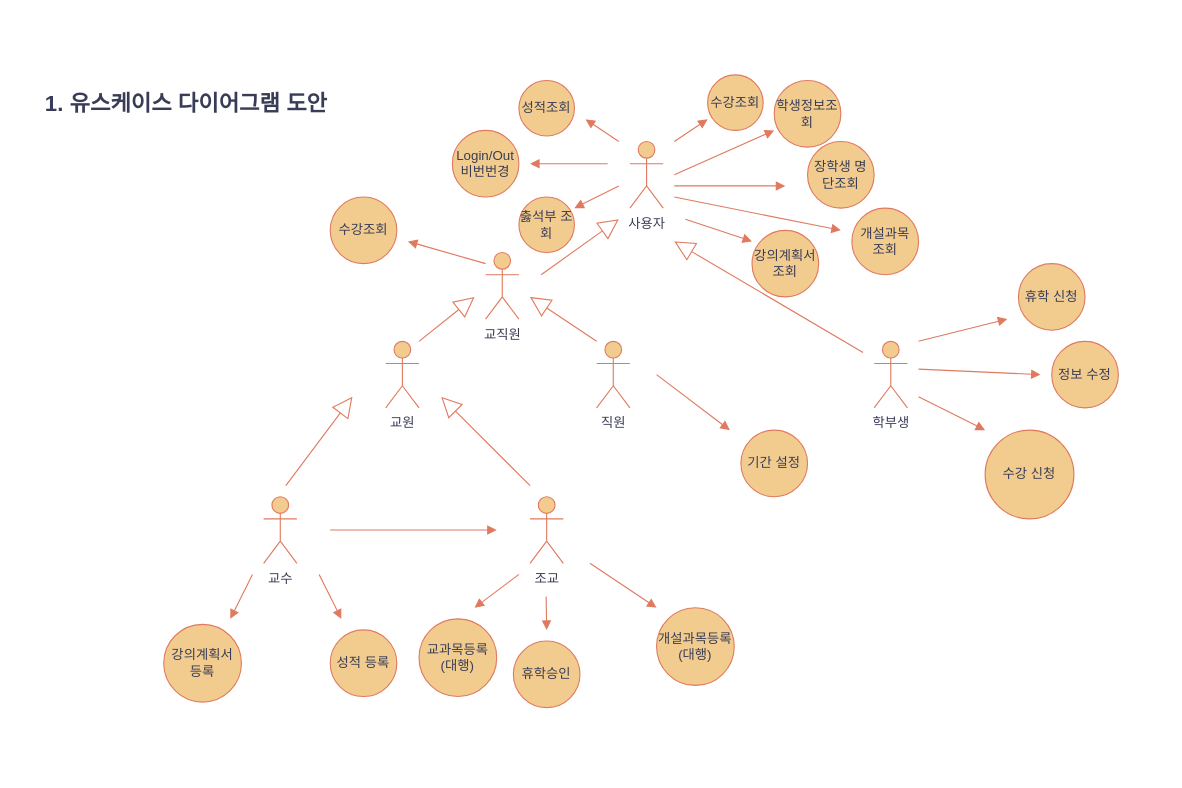
Earlier version of the draw.io diagram 제목 없는 다이어그램.drawio (smj1746/user). Source tidied: cells renumbered, new cells numbered last; positions are measured from the earlier drawing's top-left corner, leaving out a move shared by most shapes. Both pictures are drawn from the tidied source at 111%, with x=0, y=0 at pixel (19, 74).
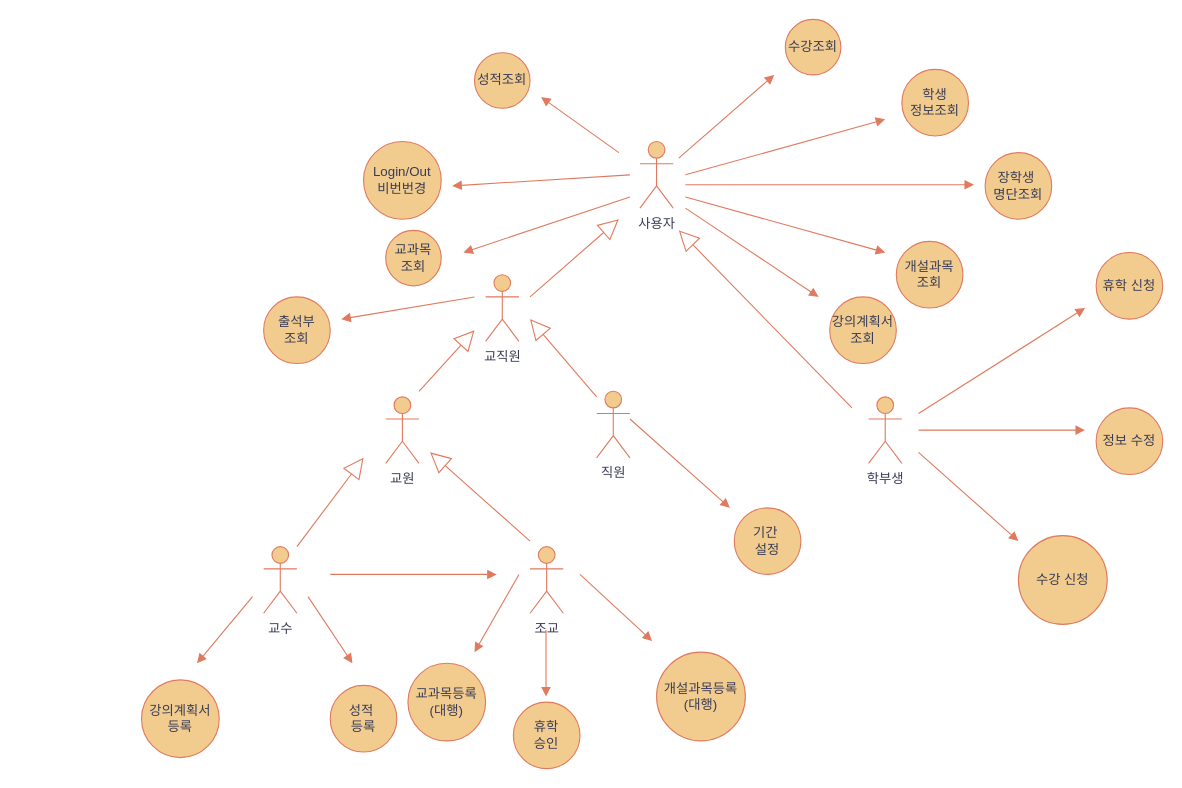
Above is the later version.

Commit message:
제목 없는 다이어그램.drawio 업데이트

Diff of the diagram source:
```diff
@@
     <mxCell id="2" value="교원&lt;div&gt;&lt;br&gt;&lt;/div&gt;" style="shape=umlActor;verticalLabelPosition=bottom;verticalAlign=top;html=1;rounded=0;labelBackgroundColor=none;fillColor=#F2CC8F;strokeColor=#E07A5F;fontColor=#393C56;" parent="1" vertex="1">
-      <mxGeometry x="330" y="240" width="30" height="60" as="geometry" />
+      <mxGeometry x="330" y="290" width="30" height="60" as="geometry" />
     </mxCell>
     <mxCell id="3" value="사용자" style="shape=umlActor;verticalLabelPosition=bottom;verticalAlign=top;html=1;rounded=0;labelBackgroundColor=none;fillColor=#F2CC8F;strokeColor=#E07A5F;fontColor=#393C56;" parent="1" vertex="1">
-      <mxGeometry x="550" y="60" width="30" height="60" as="geometry" />
+      <mxGeometry x="559" y="60" width="30" height="60" as="geometry" />
     </mxCell>
     <mxCell id="4" value="학부생&lt;div&gt;&lt;br&gt;&lt;/div&gt;" style="shape=umlActor;verticalLabelPosition=bottom;verticalAlign=top;html=1;rounded=0;labelBackgroundColor=none;fillColor=#F2CC8F;strokeColor=#E07A5F;fontColor=#393C56;" parent="1" vertex="1">
-      <mxGeometry x="770" y="240" width="30" height="60" as="geometry" />
+      <mxGeometry x="765" y="290" width="30" height="60" as="geometry" />
     </mxCell>
     <mxCell id="5" value="교직원&lt;div&gt;&lt;br&gt;&lt;/div&gt;" style="shape=umlActor;verticalLabelPosition=bottom;verticalAlign=top;html=1;rounded=0;labelBackgroundColor=none;fillColor=#F2CC8F;strokeColor=#E07A5F;fontColor=#393C56;" parent="1" vertex="1">
-      <mxGeometry x="420" y="160" width="30" height="60" as="geometry" />
+      <mxGeometry x="420" y="180" width="30" height="60" as="geometry" />
     </mxCell>
     <mxCell id="6" value="직원" style="shape=umlActor;verticalLabelPosition=bottom;verticalAlign=top;html=1;rounded=0;labelBackgroundColor=none;fillColor=#F2CC8F;strokeColor=#E07A5F;fontColor=#393C56;" parent="1" vertex="1">
-      <mxGeometry x="520" y="240" width="30" height="60" as="geometry" />
+      <mxGeometry x="520" y="285" width="30" height="60" as="geometry" />
     </mxCell>
     <mxCell id="7" value="교수&lt;div&gt;&lt;br&gt;&lt;/div&gt;&lt;div&gt;&lt;br&gt;&lt;/div&gt;" style="shape=umlActor;verticalLabelPosition=bottom;verticalAlign=top;html=1;rounded=0;labelBackgroundColor=none;fillColor=#F2CC8F;strokeColor=#E07A5F;fontColor=#393C56;" parent="1" vertex="1">
-      <mxGeometry x="220" y="380" width="30" height="60" as="geometry" />
+      <mxGeometry x="220" y="425" width="30" height="60" as="geometry" />
     </mxCell>
     <mxCell id="8" value="조교" style="shape=umlActor;verticalLabelPosition=bottom;verticalAlign=top;html=1;rounded=0;labelBackgroundColor=none;fillColor=#F2CC8F;strokeColor=#E07A5F;fontColor=#393C56;" parent="1" vertex="1">
-      <mxGeometry x="460" y="380" width="30" height="60" as="geometry" />
+      <mxGeometry x="460" y="425" width="30" height="60" as="geometry" />
     </mxCell>
     <mxCell id="9" style="html=1;verticalAlign=bottom;endArrow=block;curved=0;rounded=0;labelBackgroundColor=none;strokeColor=#E07A5F;fontColor=default;" parent="1" edge="1">
       <mxGeometry relative="1" as="geometry">
-        <mxPoint x="540" y="60" as="sourcePoint" />
-        <mxPoint x="510" y="40" as="targetPoint" />
+        <mxPoint x="540" y="70" as="sourcePoint" />
+        <mxPoint x="470" y="20" as="targetPoint" />
       </mxGeometry>
     </mxCell>
     <mxCell id="10" style="html=1;verticalAlign=bottom;endArrow=block;curved=0;rounded=0;labelBackgroundColor=none;strokeColor=#E07A5F;fontColor=default;" parent="1" edge="1">
       <mxGeometry relative="1" as="geometry">
-        <mxPoint x="590" y="60" as="sourcePoint" />
-        <mxPoint x="620" y="40" as="targetPoint" />
+        <mxPoint x="594" y="75" as="sourcePoint" />
+        <mxPoint x="680" as="targetPoint" />
       </mxGeometry>
     </mxCell>
     <mxCell id="11" style="html=1;verticalAlign=bottom;endArrow=block;curved=0;rounded=0;labelBackgroundColor=none;strokeColor=#E07A5F;fontColor=default;" parent="1" edge="1">
       <mxGeometry relative="1" as="geometry">
-        <mxPoint x="590" y="90" as="sourcePoint" />
-        <mxPoint x="680" y="50" as="targetPoint" />
+        <mxPoint x="600" y="90" as="sourcePoint" />
+        <mxPoint x="780" y="40" as="targetPoint" />
       </mxGeometry>
     </mxCell>
     <mxCell id="12" style="html=1;verticalAlign=bottom;endArrow=block;curved=0;rounded=0;labelBackgroundColor=none;strokeColor=#E07A5F;fontColor=default;" parent="1" edge="1">
       <mxGeometry relative="1" as="geometry">
-        <mxPoint x="590" y="100" as="sourcePoint" />
-        <mxPoint x="690" y="100" as="targetPoint" />
+        <mxPoint x="600" y="99" as="sourcePoint" />
+        <mxPoint x="860" y="99" as="targetPoint" />
       </mxGeometry>
     </mxCell>
     <mxCell id="13" style="html=1;verticalAlign=bottom;endArrow=block;curved=0;rounded=0;labelBackgroundColor=none;strokeColor=#E07A5F;fontColor=default;" parent="1" edge="1">
       <mxGeometry relative="1" as="geometry">
-        <mxPoint x="590" y="110" as="sourcePoint" />
-        <mxPoint x="740" y="140" as="targetPoint" />
+        <mxPoint x="600" y="110" as="sourcePoint" />
+        <mxPoint x="780" y="160" as="targetPoint" />
       </mxGeometry>
     </mxCell>
     <mxCell id="14" style="html=1;verticalAlign=bottom;endArrow=block;curved=0;rounded=0;labelBackgroundColor=none;strokeColor=#E07A5F;fontColor=default;" parent="1" edge="1">
       <mxGeometry relative="1" as="geometry">
-        <mxPoint x="600" y="130" as="sourcePoint" />
-        <mxPoint x="660" y="150" as="targetPoint" />
+        <mxPoint x="600" y="120" as="sourcePoint" />
+        <mxPoint x="720" y="200" as="targetPoint" />
       </mxGeometry>
     </mxCell>
     <mxCell id="15" style="html=1;verticalAlign=bottom;endArrow=block;curved=0;rounded=0;labelBackgroundColor=none;strokeColor=#E07A5F;fontColor=default;" parent="1" edge="1">
       <mxGeometry relative="1" as="geometry">
-        <mxPoint x="530" y="80" as="sourcePoint" />
-        <mxPoint x="460" y="80" as="targetPoint" />
+        <mxPoint x="550" y="90" as="sourcePoint" />
+        <mxPoint x="390" y="100" as="targetPoint" />
       </mxGeometry>
     </mxCell>
     <mxCell id="16" style="html=1;verticalAlign=bottom;endArrow=block;curved=0;rounded=0;labelBackgroundColor=none;strokeColor=#E07A5F;fontColor=default;" parent="1" edge="1">
       <mxGeometry relative="1" as="geometry">
-        <mxPoint x="540" y="100" as="sourcePoint" />
-        <mxPoint x="500" y="120" as="targetPoint" />
+        <mxPoint x="550" y="110" as="sourcePoint" />
+        <mxPoint x="400" y="160" as="targetPoint" />
       </mxGeometry>
     </mxCell>
     <mxCell id="17" style="html=1;verticalAlign=bottom;endArrow=block;curved=0;rounded=0;labelBackgroundColor=none;strokeColor=#E07A5F;fontColor=default;" parent="1" edge="1">
       <mxGeometry relative="1" as="geometry">
-        <mxPoint x="420" y="170" as="sourcePoint" />
-        <mxPoint x="350" y="150" as="targetPoint" />
+        <mxPoint x="410" y="200" as="sourcePoint" />
+        <mxPoint x="290" y="220" as="targetPoint" />
       </mxGeometry>
     </mxCell>
     <mxCell id="18" style="endArrow=block;endSize=16;endFill=0;html=1;rounded=0;fontStyle=0;labelBackgroundColor=none;strokeColor=#E07A5F;fontColor=default;" parent="1" edge="1">
       <mxGeometry relative="1" as="geometry">
-        <mxPoint x="470" y="180" as="sourcePoint" />
+        <mxPoint x="460" y="200" as="sourcePoint" />
         <mxPoint x="540" y="130" as="targetPoint" />
       </mxGeometry>
     </mxCell>
     <mxCell id="19" style="endArrow=block;endSize=16;endFill=0;html=1;rounded=0;fontStyle=0;labelBackgroundColor=none;strokeColor=#E07A5F;fontColor=default;" parent="1" edge="1">
       <mxGeometry relative="1" as="geometry">
-        <mxPoint x="760" y="250" as="sourcePoint" />
-        <mxPoint x="590" y="150" as="targetPoint" />
+        <mxPoint x="750" y="300" as="sourcePoint" />
+        <mxPoint x="594" y="140" as="targetPoint" />
       </mxGeometry>
     </mxCell>
     <mxCell id="20" style="endArrow=block;endSize=16;endFill=0;html=1;rounded=0;fontStyle=0;labelBackgroundColor=none;strokeColor=#E07A5F;fontColor=default;" parent="1" edge="1">
       <mxGeometry relative="1" as="geometry">
-        <mxPoint x="520" y="240" as="sourcePoint" />
-        <mxPoint x="460" y="200" as="targetPoint" />
+        <mxPoint x="520" y="290" as="sourcePoint" />
+        <mxPoint x="460" y="220" as="targetPoint" />
       </mxGeometry>
     </mxCell>
     <mxCell id="21" style="endArrow=block;endSize=16;endFill=0;html=1;rounded=0;fontStyle=0;labelBackgroundColor=none;strokeColor=#E07A5F;fontColor=default;" parent="1" edge="1">
       <mxGeometry relative="1" as="geometry">
-        <mxPoint x="360" y="240" as="sourcePoint" />
-        <mxPoint x="410" y="200" as="targetPoint" />
+        <mxPoint x="360" y="285" as="sourcePoint" />
+        <mxPoint x="410" y="230" as="targetPoint" />
       </mxGeometry>
     </mxCell>
     <mxCell id="22" style="endArrow=block;endSize=16;endFill=0;html=1;rounded=0;fontStyle=0;labelBackgroundColor=none;strokeColor=#E07A5F;fontColor=default;" parent="1" edge="1">
       <mxGeometry relative="1" as="geometry">
-        <mxPoint x="240" y="370" as="sourcePoint" />
-        <mxPoint x="300" y="290" as="targetPoint" />
+        <mxPoint x="250" y="425" as="sourcePoint" />
+        <mxPoint x="310" y="345" as="targetPoint" />
       </mxGeometry>
     </mxCell>
     <mxCell id="23" style="endArrow=block;endSize=16;endFill=0;html=1;rounded=0;fontStyle=0;labelBackgroundColor=none;strokeColor=#E07A5F;fontColor=default;" parent="1" edge="1">
       <mxGeometry relative="1" as="geometry">
-        <mxPoint x="460" y="370" as="sourcePoint" />
-        <mxPoint x="380" y="290" as="targetPoint" />
+        <mxPoint x="460" y="420" as="sourcePoint" />
+        <mxPoint x="370" y="340" as="targetPoint" />
       </mxGeometry>
     </mxCell>
     <mxCell id="24" value="수강 신청" style="ellipse;whiteSpace=wrap;html=1;labelBackgroundColor=none;fillColor=#F2CC8F;strokeColor=#E07A5F;fontColor=#393C56;" parent="1" vertex="1">
-      <mxGeometry x="870" y="320" width="80" height="80" as="geometry" />
+      <mxGeometry x="900" y="415" width="80" height="80" as="geometry" />
     </mxCell>
     <mxCell id="25" value="성적조회" style="ellipse;whiteSpace=wrap;html=1;labelBackgroundColor=none;fillColor=#F2CC8F;strokeColor=#E07A5F;fontColor=#393C56;" parent="1" vertex="1">
-      <mxGeometry x="450" y="5" width="50" height="50" as="geometry" />
+      <mxGeometry x="410" y="-20" width="50" height="50" as="geometry" />
     </mxCell>
     <mxCell id="26" value="수강조회" style="ellipse;whiteSpace=wrap;html=1;labelBackgroundColor=none;fillColor=#F2CC8F;strokeColor=#E07A5F;fontColor=#393C56;" parent="1" vertex="1">
-      <mxGeometry x="620" width="50" height="50" as="geometry" />
+      <mxGeometry x="690" y="-50" width="50" height="50" as="geometry" />
     </mxCell>
-    <mxCell id="27" value="학생정보조회" style="ellipse;whiteSpace=wrap;html=1;labelBackgroundColor=none;fillColor=#F2CC8F;strokeColor=#E07A5F;fontColor=#393C56;" parent="1" vertex="1">
-      <mxGeometry x="680" y="5" width="60" height="60" as="geometry" />
+    <mxCell id="27" value="학생&lt;div&gt;정보조회&lt;/div&gt;" style="ellipse;whiteSpace=wrap;html=1;labelBackgroundColor=none;fillColor=#F2CC8F;strokeColor=#E07A5F;fontColor=#393C56;" parent="1" vertex="1">
+      <mxGeometry x="795" y="-5" width="60" height="60" as="geometry" />
     </mxCell>
     <mxCell id="28" value="개설과목 조회" style="ellipse;whiteSpace=wrap;html=1;labelBackgroundColor=none;fillColor=#F2CC8F;strokeColor=#E07A5F;fontColor=#393C56;" parent="1" vertex="1">
-      <mxGeometry x="750" y="120" width="60" height="60" as="geometry" />
+      <mxGeometry x="790" y="150" width="60" height="60" as="geometry" />
     </mxCell>
-    <mxCell id="29" value="장학생 명단조회" style="ellipse;whiteSpace=wrap;html=1;labelBackgroundColor=none;fillColor=#F2CC8F;strokeColor=#E07A5F;fontColor=#393C56;" parent="1" vertex="1">
-      <mxGeometry x="710" y="60" width="60" height="60" as="geometry" />
+    <mxCell id="29" value="장학생&amp;nbsp;&lt;div&gt;명단조회&lt;/div&gt;" style="ellipse;whiteSpace=wrap;html=1;labelBackgroundColor=none;fillColor=#F2CC8F;strokeColor=#E07A5F;fontColor=#393C56;" parent="1" vertex="1">
+      <mxGeometry x="870" y="70" width="60" height="60" as="geometry" />
     </mxCell>
     <mxCell id="30" value="강의계획서 조회" style="ellipse;whiteSpace=wrap;html=1;labelBackgroundColor=none;fillColor=#F2CC8F;strokeColor=#E07A5F;fontColor=#393C56;" parent="1" vertex="1">
-      <mxGeometry x="660" y="140" width="60" height="60" as="geometry" />
+      <mxGeometry x="730" y="200" width="60" height="60" as="geometry" />
     </mxCell>
-    <mxCell id="31" value="&lt;div&gt;춣석부 조회&lt;/div&gt;" style="ellipse;whiteSpace=wrap;html=1;labelBackgroundColor=none;fillColor=#F2CC8F;strokeColor=#E07A5F;fontColor=#393C56;" parent="1" vertex="1">
-      <mxGeometry x="450" y="110" width="50" height="50" as="geometry" />
+    <mxCell id="31" value="교과목&lt;div&gt;조회&lt;/div&gt;" style="ellipse;whiteSpace=wrap;html=1;labelBackgroundColor=none;fillColor=#F2CC8F;strokeColor=#E07A5F;fontColor=#393C56;" parent="1" vertex="1">
+      <mxGeometry x="330" y="140" width="50" height="50" as="geometry" />
     </mxCell>
     <mxCell id="32" value="Login/Out&lt;div&gt;비번번경&lt;/div&gt;" style="ellipse;whiteSpace=wrap;html=1;labelBackgroundColor=none;fillColor=#F2CC8F;strokeColor=#E07A5F;fontColor=#393C56;" parent="1" vertex="1">
-      <mxGeometry x="390" y="50" width="60" height="60" as="geometry" />
+      <mxGeometry x="310" y="60" width="70" height="70" as="geometry" />
     </mxCell>
     <mxCell id="33" style="html=1;verticalAlign=bottom;endArrow=block;curved=0;rounded=0;labelBackgroundColor=none;strokeColor=#E07A5F;fontColor=default;" parent="1" edge="1">
       <mxGeometry relative="1" as="geometry">
-        <mxPoint x="810" y="290" as="sourcePoint" />
-        <mxPoint x="870" y="320" as="targetPoint" />
+        <mxPoint x="810" y="340" as="sourcePoint" />
+        <mxPoint x="900" y="420" as="targetPoint" />
       </mxGeometry>
     </mxCell>
     <mxCell id="34" style="html=1;verticalAlign=bottom;endArrow=block;curved=0;rounded=0;labelBackgroundColor=none;strokeColor=#E07A5F;fontColor=default;" parent="1" edge="1">
       <mxGeometry relative="1" as="geometry">
-        <mxPoint x="810" y="265" as="sourcePoint" />
-        <mxPoint x="920" y="270" as="targetPoint" />
+        <mxPoint x="810" y="320" as="sourcePoint" />
+        <mxPoint x="960" y="320" as="targetPoint" />
       </mxGeometry>
     </mxCell>
     <mxCell id="35" style="html=1;verticalAlign=bottom;endArrow=block;curved=0;rounded=0;labelBackgroundColor=none;strokeColor=#E07A5F;fontColor=default;" parent="1" edge="1">
       <mxGeometry relative="1" as="geometry">
-        <mxPoint x="810" y="240" as="sourcePoint" />
-        <mxPoint x="890" y="220" as="targetPoint" />
+        <mxPoint x="810" y="305" as="sourcePoint" />
+        <mxPoint x="960" y="210" as="targetPoint" />
       </mxGeometry>
     </mxCell>
     <mxCell id="36" style="html=1;verticalAlign=bottom;endArrow=block;curved=0;rounded=0;labelBackgroundColor=none;strokeColor=#E07A5F;fontColor=default;" parent="1" edge="1">
       <mxGeometry relative="1" as="geometry">
-        <mxPoint x="574" y="270" as="sourcePoint" />
-        <mxPoint x="640" y="320" as="targetPoint" />
+        <mxPoint x="550" y="310" as="sourcePoint" />
+        <mxPoint x="640" y="390" as="targetPoint" />
       </mxGeometry>
     </mxCell>
     <mxCell id="37" style="html=1;verticalAlign=bottom;endArrow=block;curved=0;rounded=0;labelBackgroundColor=none;strokeColor=#E07A5F;fontColor=default;" parent="1" edge="1">
       <mxGeometry relative="1" as="geometry">
-        <mxPoint x="280" y="410" as="sourcePoint" />
-        <mxPoint x="430" y="410" as="targetPoint" />
+        <mxPoint x="280" y="450" as="sourcePoint" />
+        <mxPoint x="430" y="450" as="targetPoint" />
       </mxGeometry>
     </mxCell>
     <mxCell id="38" style="html=1;verticalAlign=bottom;endArrow=block;curved=0;rounded=0;labelBackgroundColor=none;strokeColor=#E07A5F;fontColor=default;" parent="1" edge="1">
       <mxGeometry relative="1" as="geometry">
-        <mxPoint x="270" y="450" as="sourcePoint" />
-        <mxPoint x="290" y="490" as="targetPoint" />
+        <mxPoint x="260" y="470" as="sourcePoint" />
+        <mxPoint x="300" y="530" as="targetPoint" />
       </mxGeometry>
     </mxCell>
     <mxCell id="39" style="html=1;verticalAlign=bottom;endArrow=block;curved=0;rounded=0;labelBackgroundColor=none;strokeColor=#E07A5F;fontColor=default;" parent="1" edge="1">
       <mxGeometry relative="1" as="geometry">
-        <mxPoint x="210" y="450" as="sourcePoint" />
-        <mxPoint x="190" y="490" as="targetPoint" />
+        <mxPoint x="210" y="470" as="sourcePoint" />
+        <mxPoint x="160" y="530" as="targetPoint" />
       </mxGeometry>
     </mxCell>
-    <mxCell id="40" style="html=1;verticalAlign=bottom;endArrow=block;curved=0;rounded=0;labelBackgroundColor=none;strokeColor=#E07A5F;fontColor=default;" parent="1" edge="1">
-      <mxGeometry relative="1" as="geometry">
-        <mxPoint x="474.5" y="470" as="sourcePoint" />
-        <mxPoint x="475" y="500" as="targetPoint" />
-      </mxGeometry>
-    </mxCell>
     <mxCell id="41" style="html=1;verticalAlign=bottom;endArrow=block;curved=0;rounded=0;labelBackgroundColor=none;strokeColor=#E07A5F;fontColor=default;" parent="1" edge="1">
       <mxGeometry relative="1" as="geometry">
         <mxPoint x="450" y="450" as="sourcePoint" />
-        <mxPoint x="410" y="480" as="targetPoint" />
+        <mxPoint x="410" y="520" as="targetPoint" />
       </mxGeometry>
     </mxCell>
     <mxCell id="42" style="html=1;verticalAlign=bottom;endArrow=block;curved=0;rounded=0;labelBackgroundColor=none;strokeColor=#E07A5F;fontColor=default;" parent="1" edge="1">
       <mxGeometry relative="1" as="geometry">
-        <mxPoint x="514" y="440" as="sourcePoint" />
-        <mxPoint x="574" y="480" as="targetPoint" />
+        <mxPoint x="505" y="450" as="sourcePoint" />
+        <mxPoint x="570" y="510" as="targetPoint" />
       </mxGeometry>
     </mxCell>
-    <mxCell id="43" value="수강조회" style="ellipse;whiteSpace=wrap;html=1;labelBackgroundColor=none;fillColor=#F2CC8F;strokeColor=#E07A5F;fontColor=#393C56;" parent="1" vertex="1">
-      <mxGeometry x="280" y="110" width="60" height="60" as="geometry" />
+    <mxCell id="43" value="출석부&lt;div&gt;조회&lt;/div&gt;" style="ellipse;whiteSpace=wrap;html=1;labelBackgroundColor=none;fillColor=#F2CC8F;strokeColor=#E07A5F;fontColor=#393C56;" parent="1" vertex="1">
+      <mxGeometry x="220" y="200" width="60" height="60" as="geometry" />
     </mxCell>
-    <mxCell id="44" value="기간 설정" style="ellipse;whiteSpace=wrap;html=1;labelBackgroundColor=none;fillColor=#F2CC8F;strokeColor=#E07A5F;fontColor=#393C56;" parent="1" vertex="1">
-      <mxGeometry x="650" y="320" width="60" height="60" as="geometry" />
+    <mxCell id="44" value="기간&amp;nbsp;&lt;div&gt;&lt;span style=&quot;background-color: transparent; color: light-dark(rgb(57, 60, 86), rgb(182, 184, 207));&quot;&gt;설정&lt;/span&gt;&lt;/div&gt;" style="ellipse;whiteSpace=wrap;html=1;labelBackgroundColor=none;fillColor=#F2CC8F;strokeColor=#E07A5F;fontColor=#393C56;" parent="1" vertex="1">
+      <mxGeometry x="644" y="390" width="60" height="60" as="geometry" />
     </mxCell>
     <mxCell id="45" value="강의계획서 등록" style="ellipse;whiteSpace=wrap;html=1;labelBackgroundColor=none;fillColor=#F2CC8F;strokeColor=#E07A5F;fontColor=#393C56;" parent="1" vertex="1">
-      <mxGeometry x="130" y="495" width="70" height="70" as="geometry" />
+      <mxGeometry x="110" y="545" width="70" height="70" as="geometry" />
     </mxCell>
     <mxCell id="46" value="정보 수정" style="ellipse;whiteSpace=wrap;html=1;labelBackgroundColor=none;fillColor=#F2CC8F;strokeColor=#E07A5F;fontColor=#393C56;" parent="1" vertex="1">
-      <mxGeometry x="930" y="240" width="60" height="60" as="geometry" />
+      <mxGeometry x="970" y="300" width="60" height="60" as="geometry" />
     </mxCell>
     <mxCell id="47" value="휴학 신청" style="ellipse;whiteSpace=wrap;html=1;labelBackgroundColor=none;fillColor=#F2CC8F;strokeColor=#E07A5F;fontColor=#393C56;" parent="1" vertex="1">
-      <mxGeometry x="900" y="170" width="60" height="60" as="geometry" />
+      <mxGeometry x="970" y="160" width="60" height="60" as="geometry" />
     </mxCell>
     <mxCell id="48" value="개설과목등록 (대행)" style="ellipse;whiteSpace=wrap;html=1;labelBackgroundColor=none;fillColor=#F2CC8F;strokeColor=#E07A5F;fontColor=#393C56;" parent="1" vertex="1">
-      <mxGeometry x="574" y="480" width="70" height="70" as="geometry" />
+      <mxGeometry x="574" y="520" width="80" height="80" as="geometry" />
     </mxCell>
-    <mxCell id="49" value="휴학승인" style="ellipse;whiteSpace=wrap;html=1;labelBackgroundColor=none;fillColor=#F2CC8F;strokeColor=#E07A5F;fontColor=#393C56;" parent="1" vertex="1">
-      <mxGeometry x="445" y="510" width="60" height="60" as="geometry" />
+    <mxCell id="49" value="휴학&lt;div&gt;승인&lt;/div&gt;" style="ellipse;whiteSpace=wrap;html=1;labelBackgroundColor=none;fillColor=#F2CC8F;strokeColor=#E07A5F;fontColor=#393C56;" parent="1" vertex="1">
+      <mxGeometry x="445" y="565" width="60" height="60" as="geometry" />
     </mxCell>
     <mxCell id="50" value="교과목등록 (대행)" style="ellipse;whiteSpace=wrap;html=1;labelBackgroundColor=none;fillColor=#F2CC8F;strokeColor=#E07A5F;fontColor=#393C56;" parent="1" vertex="1">
-      <mxGeometry x="360" y="490" width="70" height="70" as="geometry" />
+      <mxGeometry x="350" y="530" width="70" height="70" as="geometry" />
     </mxCell>
-    <mxCell id="51" value="성적 등록" style="ellipse;whiteSpace=wrap;html=1;labelBackgroundColor=none;fillColor=#F2CC8F;strokeColor=#E07A5F;fontColor=#393C56;" parent="1" vertex="1">
-      <mxGeometry x="280" y="500" width="60" height="60" as="geometry" />
+    <mxCell id="51" value="성적&amp;nbsp;&lt;div&gt;&lt;span style=&quot;background-color: transparent; color: light-dark(rgb(57, 60, 86), rgb(182, 184, 207));&quot;&gt;등록&lt;/span&gt;&lt;/div&gt;" style="ellipse;whiteSpace=wrap;html=1;labelBackgroundColor=none;fillColor=#F2CC8F;strokeColor=#E07A5F;fontColor=#393C56;" parent="1" vertex="1">
+      <mxGeometry x="280" y="550" width="60" height="60" as="geometry" />
     </mxCell>
-    <mxCell id="52" value="&lt;b&gt;&lt;font style=&quot;font-size: 20px;&quot;&gt;1. 유스케이스 다이어그램 도안&lt;/font&gt;&lt;/b&gt;" style="text;html=1;align=center;verticalAlign=middle;strokeColor=none;fillColor=none;labelBackgroundColor=none;fontColor=#393C56;" parent="1" vertex="1">
-      <mxGeometry y="5" width="300" height="40" as="geometry" />
-    </mxCell>
+    <mxCell id="53" style="html=1;verticalAlign=bottom;endArrow=block;curved=0;rounded=0;labelBackgroundColor=none;strokeColor=#E07A5F;fontColor=default;" parent="1" edge="1">
+      <mxGeometry relative="1" as="geometry">
+        <mxPoint x="474.4" y="500" as="sourcePoint" />
+        <mxPoint x="474.4" y="560" as="targetPoint" />
+      </mxGeometry>
+    </mxCell>
```
